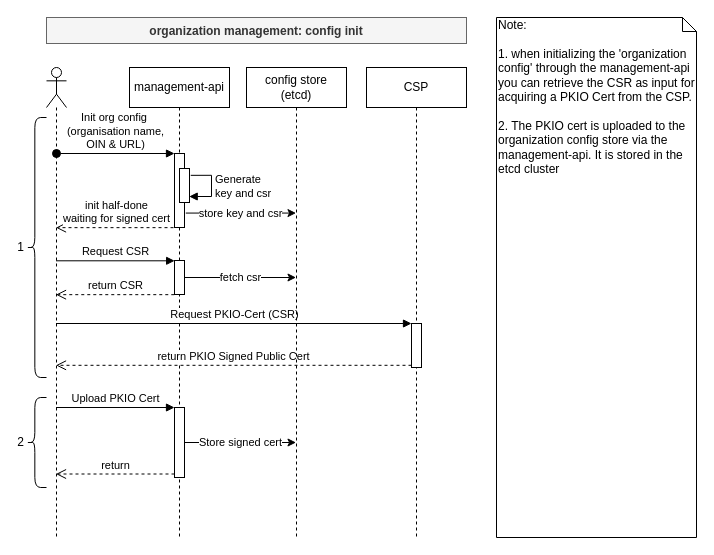
This is design/organization-management-config-init.drawio from VNG-Realisatie/nlx, a draw.io file, before an edit. Source tidied: cells renumbered, new cells numbered last; positions are measured from the earlier drawing's top-left corner, leaving out a move shared by most shapes. Both pictures are drawn from the tidied source at 100%, with x=0, y=0 at pixel (26, 17).
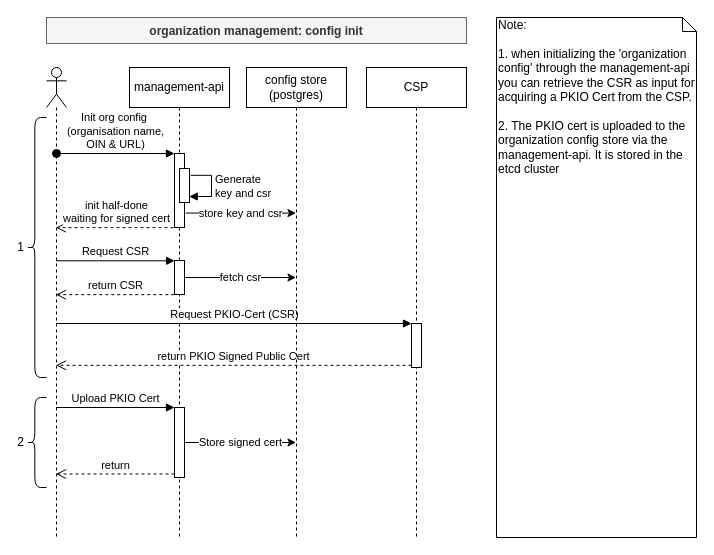
The same page after the edit.

What changed in the source:
```diff
@@
-    <mxCell id="22" value="config store&lt;br&gt;(etcd)&lt;br&gt;" style="shape=umlLifeline;perimeter=lifelinePerimeter;whiteSpace=wrap;html=1;outlineConnect=0;" parent="1" vertex="1">
+    <mxCell id="22" value="config store&lt;br&gt;(postgres)" style="shape=umlLifeline;perimeter=lifelinePerimeter;whiteSpace=wrap;html=1;outlineConnect=0;" parent="1" vertex="1">
       <mxGeometry x="220" y="50" width="100" height="470" as="geometry" />
     </mxCell>
```
